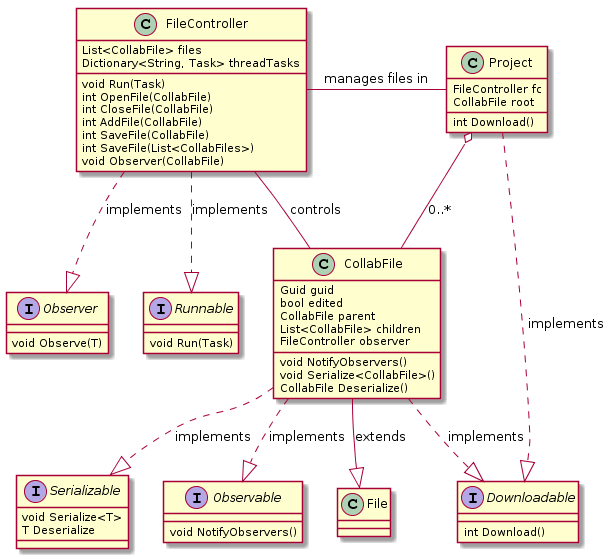
cs383-4/sQuire keeps this PlantUML diagram as doc/SSRS/images/ClassDiagrams/FileManagement.png. Above is the earlier version.
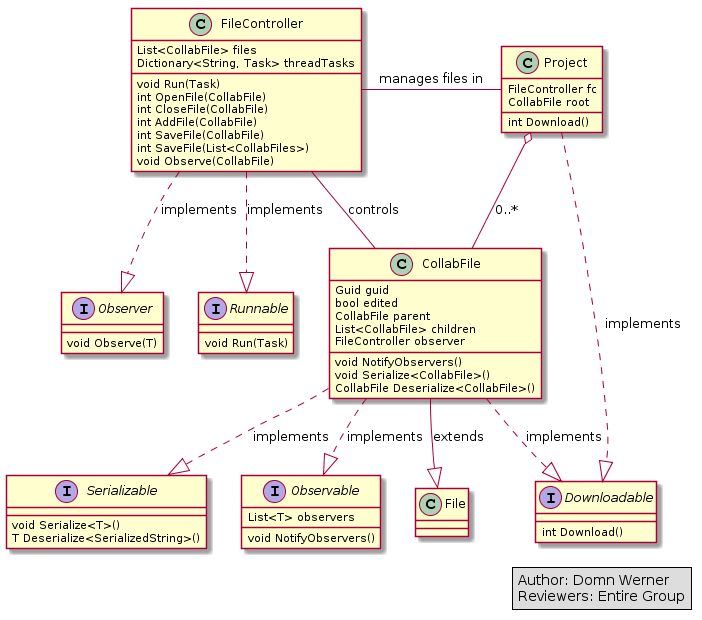
The same diagram one commit later.

Commit message:
Updated FileManagement class diagram.

Change to the diagram source:
```diff
@@ -1,12 +1,18 @@
 @startuml
+legend right
+    Author: Domn Werner
+    Reviewers: Entire Group
+endlegend
+
 interface Downloadable {
     int Download()
 }
 interface Serializable {
-    void Serialize<T>
-    T Deserialize
+    void Serialize<T>()
+    T Deserialize<SerializedString>()
 }
 interface Observable {
+    List<T> observers
     void NotifyObservers()
 }
 interface Observer {
@@ -27,7 +33,7 @@
     int AddFile(CollabFile)
     int SaveFile(CollabFile)
     int SaveFile(List<CollabFiles>)
-    void Observer(CollabFile)
+    void Observe(CollabFile)
 }
 
 FileController ..|> Observer : implements
@@ -46,7 +52,7 @@
 
     void NotifyObservers()
     void Serialize<CollabFile>()
-    CollabFile Deserialize()
+    CollabFile Deserialize<CollabFile>()
 }
 
 CollabFile --|> File : extends
```
